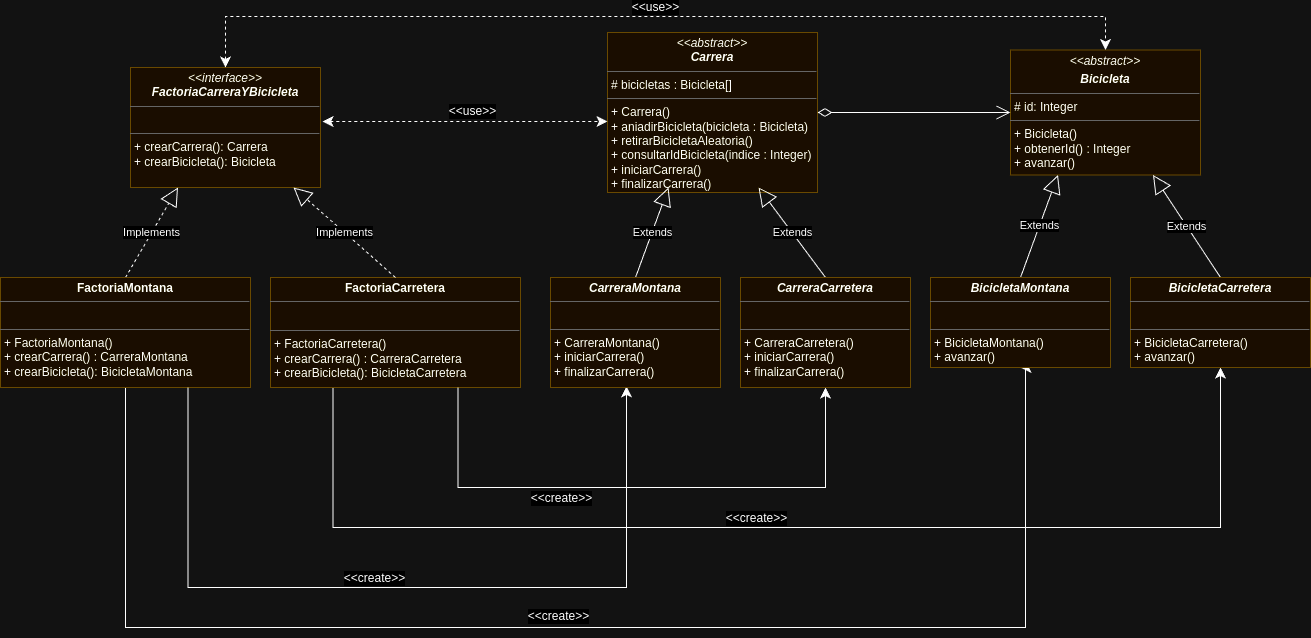
AlvareitorHD/DS2.3 keeps this draw.io diagram as P1/Ejercicio1/UML_P1-Ejercicio_1.png. Above is the earlier version. Source tidied: cells renumbered, new cells last; positions are measured from the earlier drawing's top-left corner, leaving out a move shared by most shapes.
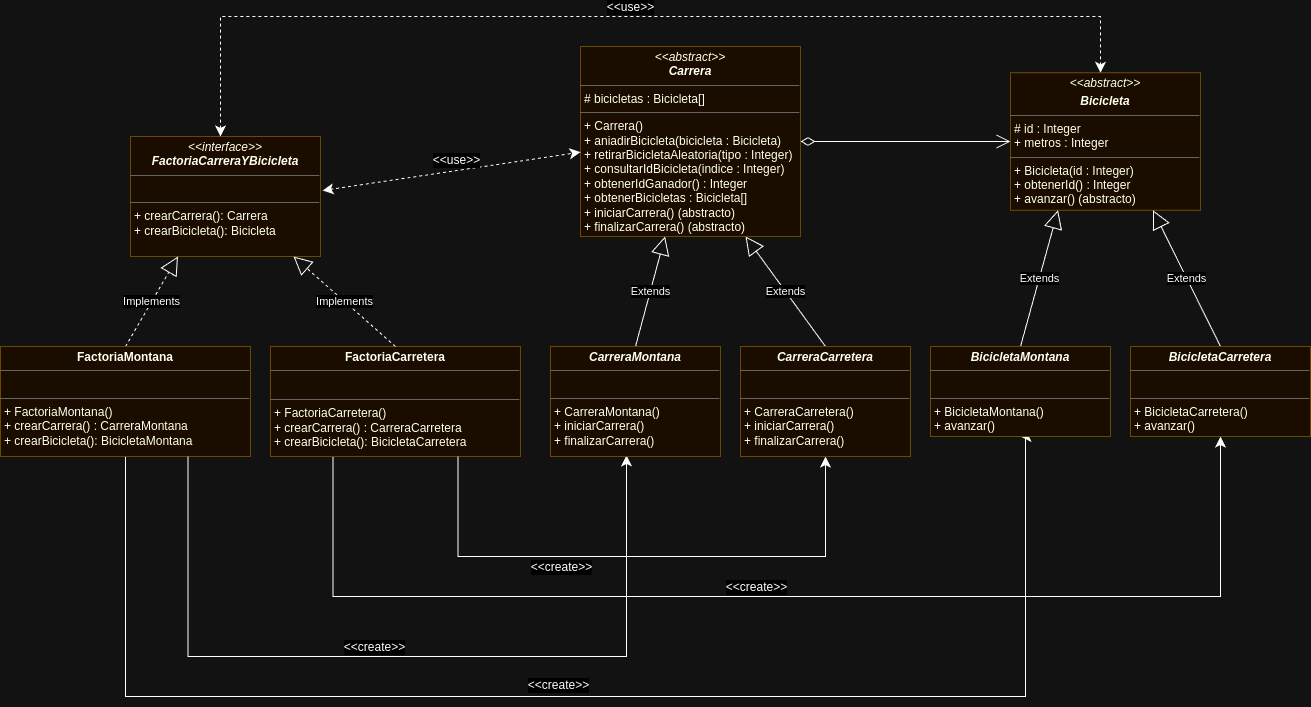
Above is the later version.

Commit message:
Actualizado diagrama UML

Diff of the diagram source:
```diff
@@ -5,11 +5,11 @@
     <mxCell id="2" value="&lt;p style=&quot;margin:0px;margin-top:4px;text-align:center;&quot;&gt;&lt;i&gt;&amp;lt;&amp;lt;interface&amp;gt;&amp;gt;&lt;/i&gt;&lt;br&gt;&lt;i&gt;&lt;b&gt;FactoriaCarreraYBicicleta&lt;/b&gt;&lt;br&gt;&lt;/i&gt;&lt;/p&gt;&lt;hr size=&quot;1&quot;&gt;&lt;p style=&quot;margin:0px;margin-left:4px;&quot;&gt;&lt;br&gt;&lt;/p&gt;&lt;hr size=&quot;1&quot;&gt;&lt;p style=&quot;margin:0px;margin-left:4px;&quot;&gt;+ crearCarrera(): Carrera&lt;/p&gt;&lt;p style=&quot;margin:0px;margin-left:4px;&quot;&gt;+ crearBicicleta(): Bicicleta&lt;/p&gt;" style="verticalAlign=top;align=left;overflow=fill;fontSize=12;fontFamily=Helvetica;html=1;whiteSpace=wrap;fillColor=#fff2cc;strokeColor=#d6b656;" parent="1" vertex="1">
       <mxGeometry x="130" y="51" width="190" height="120" as="geometry" />
     </mxCell>
-    <mxCell id="3" value="&lt;p style=&quot;margin:0px;margin-top:4px;text-align:center;&quot;&gt;&lt;i&gt;&amp;lt;&amp;lt;abstract&amp;gt;&amp;gt;&lt;/i&gt;&lt;br&gt;&lt;b&gt;&lt;i&gt;Carrera&lt;/i&gt;&lt;/b&gt;&lt;br&gt;&lt;/p&gt;&lt;hr size=&quot;1&quot;&gt;&lt;p style=&quot;margin:0px;margin-left:4px;&quot;&gt;# bicicletas : Bicicleta[]&lt;/p&gt;&lt;hr size=&quot;1&quot;&gt;&lt;p style=&quot;margin:0px;margin-left:4px;&quot;&gt;+ Carrera()&lt;/p&gt;&lt;p style=&quot;margin:0px;margin-left:4px;&quot;&gt;+ aniadirBicicleta(bicicleta : Bicicleta)&lt;/p&gt;&lt;p style=&quot;margin:0px;margin-left:4px;&quot;&gt;+ retirarBicicletaAleatoria()&lt;/p&gt;&lt;p style=&quot;margin:0px;margin-left:4px;&quot;&gt;+ consultarIdBicicleta(indice : Integer)&lt;/p&gt;&lt;p style=&quot;margin:0px;margin-left:4px;&quot;&gt;+ iniciarCarrera()&lt;/p&gt;&lt;p style=&quot;margin:0px;margin-left:4px;&quot;&gt;+ finalizarCarrera()&lt;/p&gt;" style="verticalAlign=top;align=left;overflow=fill;fontSize=12;fontFamily=Helvetica;html=1;whiteSpace=wrap;fillColor=#fff2cc;strokeColor=#d6b656;" parent="1" vertex="1">
-      <mxGeometry x="607" y="16" width="210" height="160" as="geometry" />
+    <mxCell id="3" value="&lt;p style=&quot;margin:0px;margin-top:4px;text-align:center;&quot;&gt;&lt;i&gt;&amp;lt;&amp;lt;abstract&amp;gt;&amp;gt;&lt;/i&gt;&lt;br&gt;&lt;b&gt;&lt;i&gt;Carrera&lt;/i&gt;&lt;/b&gt;&lt;br&gt;&lt;/p&gt;&lt;hr size=&quot;1&quot;&gt;&lt;p style=&quot;margin:0px;margin-left:4px;&quot;&gt;# bicicletas : Bicicleta[]&lt;/p&gt;&lt;hr size=&quot;1&quot;&gt;&lt;p style=&quot;margin:0px;margin-left:4px;&quot;&gt;+ Carrera()&lt;/p&gt;&lt;p style=&quot;margin:0px;margin-left:4px;&quot;&gt;+ aniadirBicicleta(bicicleta : Bicicleta)&lt;/p&gt;&lt;p style=&quot;margin:0px;margin-left:4px;&quot;&gt;+ retirarBicicletaAleatoria(tipo : Integer)&lt;/p&gt;&lt;p style=&quot;margin:0px;margin-left:4px;&quot;&gt;+ consultarIdBicicleta(indice : Integer)&lt;/p&gt;&lt;p style=&quot;margin:0px;margin-left:4px;&quot;&gt;+ obtenerIdGanador() : Integer&lt;/p&gt;&lt;p style=&quot;margin:0px;margin-left:4px;&quot;&gt;+ obtenerBicicletas : Bicicleta[]&lt;/p&gt;&lt;p style=&quot;margin:0px;margin-left:4px;&quot;&gt;+ iniciarCarrera() (abstracto)&lt;/p&gt;&lt;p style=&quot;margin:0px;margin-left:4px;&quot;&gt;+ finalizarCarrera() (abstracto)&lt;/p&gt;" style="verticalAlign=top;align=left;overflow=fill;fontSize=12;fontFamily=Helvetica;html=1;whiteSpace=wrap;fillColor=#fff2cc;strokeColor=#d6b656;" parent="1" vertex="1">
+      <mxGeometry x="580" y="-39" width="220" height="190" as="geometry" />
     </mxCell>
-    <mxCell id="4" value="&lt;p style=&quot;margin:0px;margin-top:4px;text-align:center;&quot;&gt;&lt;i&gt;&amp;lt;&amp;lt;abstract&amp;gt;&amp;gt;&lt;/i&gt;&lt;/p&gt;&lt;p style=&quot;margin:0px;margin-top:4px;text-align:center;&quot;&gt;&lt;b&gt;&lt;i&gt;Bicicleta&lt;/i&gt;&lt;/b&gt;&lt;br&gt;&lt;/p&gt;&lt;hr size=&quot;1&quot;&gt;&lt;p style=&quot;margin:0px;margin-left:4px;&quot;&gt;# id: Integer&lt;/p&gt;&lt;hr size=&quot;1&quot;&gt;&lt;p style=&quot;margin:0px;margin-left:4px;&quot;&gt;+ Bicicleta()&lt;/p&gt;&lt;p style=&quot;margin:0px;margin-left:4px;&quot;&gt;+ obtenerId() : Integer&lt;/p&gt;&lt;p style=&quot;margin:0px;margin-left:4px;&quot;&gt;+ avanzar()&lt;/p&gt;" style="verticalAlign=top;align=left;overflow=fill;fontSize=12;fontFamily=Helvetica;html=1;whiteSpace=wrap;fillColor=#fff2cc;strokeColor=#d6b656;" parent="1" vertex="1">
-      <mxGeometry x="1010" y="33.5" width="190" height="125" as="geometry" />
+    <mxCell id="4" value="&lt;p style=&quot;margin:0px;margin-top:4px;text-align:center;&quot;&gt;&lt;i&gt;&amp;lt;&amp;lt;abstract&amp;gt;&amp;gt;&lt;/i&gt;&lt;/p&gt;&lt;p style=&quot;margin:0px;margin-top:4px;text-align:center;&quot;&gt;&lt;b&gt;&lt;i&gt;Bicicleta&lt;/i&gt;&lt;/b&gt;&lt;br&gt;&lt;/p&gt;&lt;hr size=&quot;1&quot;&gt;&lt;p style=&quot;margin:0px;margin-left:4px;&quot;&gt;# id : Integer&lt;/p&gt;&lt;p style=&quot;margin:0px;margin-left:4px;&quot;&gt;+ metros : Integer&lt;/p&gt;&lt;hr size=&quot;1&quot;&gt;&lt;p style=&quot;margin:0px;margin-left:4px;&quot;&gt;+ Bicicleta(id : Integer)&lt;/p&gt;&lt;p style=&quot;margin:0px;margin-left:4px;&quot;&gt;+ obtenerId() : Integer&lt;/p&gt;&lt;p style=&quot;margin:0px;margin-left:4px;&quot;&gt;+ avanzar()&amp;nbsp;(abstracto)&lt;/p&gt;&lt;div&gt;&lt;span style=&quot;background-color: initial;&quot;&gt;&lt;br&gt;&lt;/span&gt;&lt;/div&gt;" style="verticalAlign=top;align=left;overflow=fill;fontSize=12;fontFamily=Helvetica;html=1;whiteSpace=wrap;fillColor=#fff2cc;strokeColor=#d6b656;" parent="1" vertex="1">
+      <mxGeometry x="1010" y="-12.8" width="190" height="137.5" as="geometry" />
     </mxCell>
     <mxCell id="5" style="edgeStyle=orthogonalEdgeStyle;rounded=0;jettySize=auto;html=1;exitX=0.25;exitY=1;exitDx=0;exitDy=0;entryX=0.5;entryY=1;entryDx=0;entryDy=0;fontSize=12;startSize=8;endSize=8;" parent="1" edge="1" source="7" target="29">
       <mxGeometry relative="1" as="geometry">
@@ -33,15 +33,11 @@
     <mxCell id="9" value="Implements" style="endArrow=block;endSize=16;endFill=0;html=1;rounded=0;exitX=0.5;exitY=0;exitDx=0;exitDy=0;dashed=1;" parent="1" edge="1" source="7" target="2">
       <mxGeometry relative="1" as="geometry" />
     </mxCell>
-    <mxCell id="10" value="Extends" style="endArrow=block;endSize=16;endFill=0;html=1;rounded=0;exitX=0.5;exitY=0;exitDx=0;exitDy=0;entryX=0.25;entryY=1;entryDx=0;entryDy=0;" parent="1" edge="1" source="26">
-      <mxGeometry relative="1" as="geometry">
-        <mxPoint x="668" y="171" as="targetPoint" />
-      </mxGeometry>
+    <mxCell id="10" value="Extends" style="endArrow=block;endSize=16;endFill=0;html=1;rounded=0;exitX=0.5;exitY=0;exitDx=0;exitDy=0;" parent="1" edge="1" source="26" target="3">
+      <mxGeometry relative="1" as="geometry" />
     </mxCell>
-    <mxCell id="11" value="Extends" style="endArrow=block;endSize=16;endFill=0;html=1;rounded=0;exitX=0.5;exitY=0;exitDx=0;exitDy=0;entryX=0.25;entryY=1;entryDx=0;entryDy=0;" parent="1" edge="1" source="27">
-      <mxGeometry relative="1" as="geometry">
-        <mxPoint x="758" y="171" as="targetPoint" />
-      </mxGeometry>
+    <mxCell id="11" value="Extends" style="endArrow=block;endSize=16;endFill=0;html=1;rounded=0;exitX=0.5;exitY=0;exitDx=0;exitDy=0;entryX=0.75;entryY=1;entryDx=0;entryDy=0;" parent="1" edge="1" source="27" target="3">
+      <mxGeometry relative="1" as="geometry" />
     </mxCell>
     <mxCell id="12" value="Extends" style="endArrow=block;endSize=16;endFill=0;html=1;rounded=0;exitX=0.5;exitY=0;exitDx=0;exitDy=0;entryX=0.25;entryY=1;entryDx=0;entryDy=0;" parent="1" edge="1" source="28" target="4">
       <mxGeometry relative="1" as="geometry" />
@@ -99,11 +95,11 @@
         <mxPoint x="-4" y="-4" as="offset" />
       </mxGeometry>
     </mxCell>
-    <mxCell id="23" style="edgeStyle=orthogonalEdgeStyle;rounded=0;jettySize=auto;html=1;fontSize=12;startSize=8;endSize=8;dashed=1;exitX=0.5;exitY=0;exitDx=0;exitDy=0;startArrow=classic;startFill=1;entryX=0.5;entryY=0;entryDx=0;entryDy=0;" parent="1" edge="1" source="2" target="4">
+    <mxCell id="23" style="edgeStyle=orthogonalEdgeStyle;rounded=0;jettySize=auto;html=1;fontSize=12;startSize=8;endSize=8;dashed=1;startArrow=classic;startFill=1;" parent="1" edge="1" source="2" target="4">
       <mxGeometry relative="1" as="geometry">
         <Array as="points">
-          <mxPoint x="225" />
-          <mxPoint x="1105" />
+          <mxPoint x="220" y="-69" />
+          <mxPoint x="1100" y="-69" />
         </Array>
       </mxGeometry>
     </mxCell>
```
